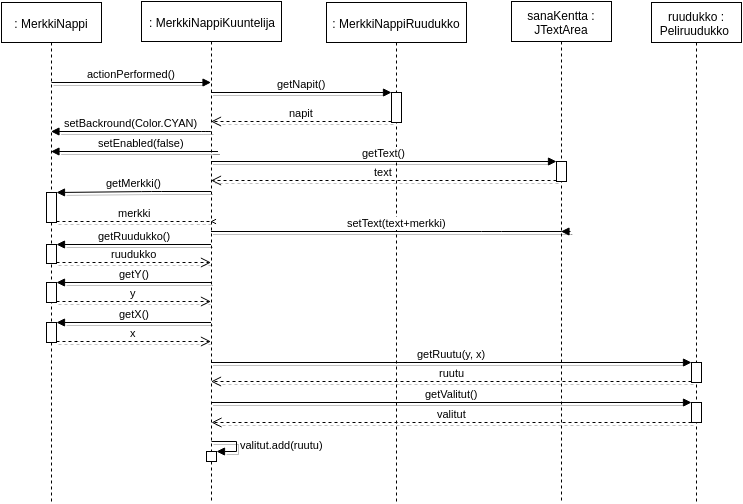
This is dokumentaatio/Sekvenssikaavio-merkkinappi.png from BikkuMyy/Sanaruutu, a draw.io export, as it was before one commit. Source tidied: cells renumbered, new cells last; positions are measured from the earlier drawing's top-left corner, leaving out a move shared by most shapes.
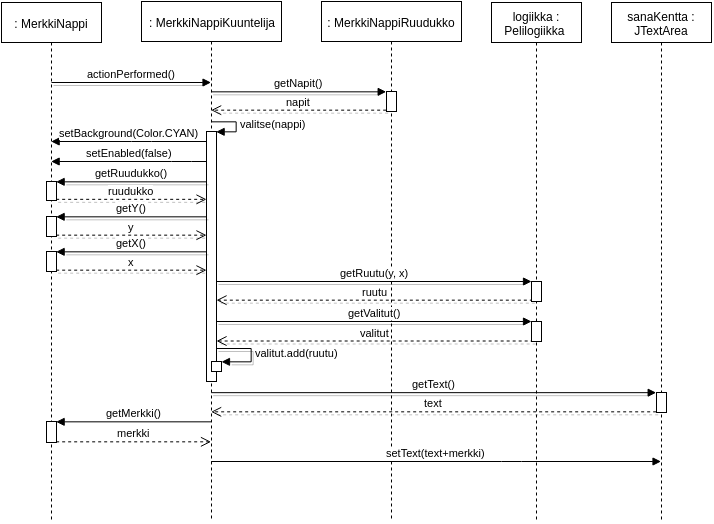
After the commit.

The edit, as a diff of the source:
```diff
@@ -3,45 +3,56 @@
     <mxCell id="0" />
     <mxCell id="1" parent="0" />
     <mxCell id="2" value=": MerkkiNappi" style="shape=umlLifeline;perimeter=lifelinePerimeter;whiteSpace=wrap;html=1;outlineConnect=0;fillColor=#FFFFFF;" parent="1" vertex="1">
-      <mxGeometry y="1" width="100" height="500" as="geometry" />
+      <mxGeometry y="1" width="100" height="519" as="geometry" />
     </mxCell>
     <mxCell id="3" value="actionPerformed()" style="html=1;verticalAlign=bottom;endArrow=block;shadow=1;" parent="2" edge="1" target="8">
       <mxGeometry relative="1" as="geometry">
         <mxPoint x="50" y="80" as="sourcePoint" />
       </mxGeometry>
     </mxCell>
-    <mxCell id="4" style="html=1;points=[];perimeter=orthogonalPerimeter;fillColor=#FFFFFF;" parent="2" vertex="1">
-      <mxGeometry x="45" y="190" width="10" height="30" as="geometry" />
-    </mxCell>
     <mxCell id="5" style="html=1;points=[];perimeter=orthogonalPerimeter;fillColor=#FFFFFF;" parent="2" vertex="1">
-      <mxGeometry x="45" y="280" width="10" height="20" as="geometry" />
+      <mxGeometry x="45" y="214" width="10" height="20" as="geometry" />
     </mxCell>
     <mxCell id="6" style="html=1;points=[];perimeter=orthogonalPerimeter;fillColor=#FFFFFF;" parent="2" vertex="1">
-      <mxGeometry x="45" y="320" width="10" height="20" as="geometry" />
+      <mxGeometry x="45" y="249" width="10" height="20" as="geometry" />
     </mxCell>
     <mxCell id="7" style="html=1;points=[];perimeter=orthogonalPerimeter;fillColor=#FFFFFF;" parent="2" vertex="1">
-      <mxGeometry x="45" y="242" width="10" height="19" as="geometry" />
+      <mxGeometry x="45" y="179" width="10" height="19" as="geometry" />
     </mxCell>
+    <mxCell id="37" style="html=1;points=[];perimeter=orthogonalPerimeter;" parent="2" vertex="1">
+      <mxGeometry x="45" y="419" width="10" height="21" as="geometry" />
+    </mxCell>
     <mxCell id="8" value=": MerkkiNappiKuuntelija" style="shape=umlLifeline;perimeter=lifelinePerimeter;whiteSpace=wrap;html=1;outlineConnect=0;fillColor=#FFFFFF;" parent="1" vertex="1">
-      <mxGeometry x="140" width="140" height="500" as="geometry" />
+      <mxGeometry x="140" width="140" height="520" as="geometry" />
     </mxCell>
+    <mxCell id="10" value="valitut.add(ruutu)" style="edgeStyle=orthogonalEdgeStyle;html=1;align=left;spacingLeft=2;endArrow=block;rounded=0;shadow=1;" parent="8" edge="1" source="38" target="9">
+      <mxGeometry relative="1" as="geometry">
+        <Array as="points">
+          <mxPoint x="110" y="347" />
+          <mxPoint x="110" y="360" />
+        </Array>
+      </mxGeometry>
+    </mxCell>
+    <mxCell id="38" style="html=1;points=[];perimeter=orthogonalPerimeter;" parent="8" vertex="1">
+      <mxGeometry x="65" y="130" width="10" height="250" as="geometry" />
+    </mxCell>
+    <mxCell id="39" value="valitse(nappi)" style="edgeStyle=orthogonalEdgeStyle;html=1;align=left;spacingLeft=2;endArrow=block;rounded=0;entryX=1;entryY=0;" parent="8" edge="1" target="38">
+      <mxGeometry relative="1" as="geometry">
+        <mxPoint x="70" y="120" as="sourcePoint" />
+        <Array as="points">
+          <mxPoint x="95" y="120" />
+          <mxPoint x="95" y="130" />
+        </Array>
+      </mxGeometry>
+    </mxCell>
     <mxCell id="9" style="html=1;points=[];perimeter=orthogonalPerimeter;fillColor=#FFFFFF;" parent="8" vertex="1">
-      <mxGeometry x="65" y="450" width="10" height="10" as="geometry" />
+      <mxGeometry x="70" y="360" width="10" height="10" as="geometry" />
     </mxCell>
-    <mxCell id="10" value="valitut.add(ruutu)" style="edgeStyle=orthogonalEdgeStyle;html=1;align=left;spacingLeft=2;endArrow=block;rounded=0;entryX=1;entryY=0;shadow=1;" parent="8" edge="1" target="9">
-      <mxGeometry relative="1" as="geometry">
-        <mxPoint x="70" y="440" as="sourcePoint" />
-        <Array as="points">
-          <mxPoint x="95" y="440" />
-          <mxPoint x="95" y="450" />
-        </Array>
-      </mxGeometry>
-    </mxCell>
     <mxCell id="11" value=": MerkkiNappiRuudukko" style="shape=umlLifeline;perimeter=lifelinePerimeter;whiteSpace=wrap;html=1;fillColor=#FFFFFF;" parent="1" vertex="1">
-      <mxGeometry x="325" y="1" width="140" height="499" as="geometry" />
+      <mxGeometry x="320" width="140" height="520" as="geometry" />
     </mxCell>
     <mxCell id="12" style="html=1;points=[];perimeter=orthogonalPerimeter;fillColor=#FFFFFF;" parent="11" vertex="1">
-      <mxGeometry x="65" y="90" width="10" height="30" as="geometry" />
+      <mxGeometry x="65" y="90" width="10" height="20" as="geometry" />
     </mxCell>
     <mxCell id="13" value="getNapit()" style="html=1;verticalAlign=bottom;endArrow=block;entryX=0;entryY=0;shadow=1;" parent="1" edge="1" source="8" target="12">
       <mxGeometry relative="1" as="geometry" />
@@ -49,18 +60,11 @@
     <mxCell id="14" value="napit" style="html=1;verticalAlign=bottom;endArrow=open;dashed=1;endSize=8;exitX=0;exitY=0.95;shadow=1;" parent="1" edge="1" source="12" target="8">
       <mxGeometry relative="1" as="geometry" />
     </mxCell>
-    <mxCell id="15" value="setEnabled(false)" style="html=1;verticalAlign=bottom;endArrow=block;shadow=1;" parent="1" edge="1" source="8" target="2">
-      <mxGeometry relative="1" as="geometry">
-        <Array as="points">
-          <mxPoint x="220" y="150" />
-        </Array>
-      </mxGeometry>
-    </mxCell>
     <mxCell id="16" value="sanaKentta : JTextArea" style="shape=umlLifeline;perimeter=lifelinePerimeter;whiteSpace=wrap;html=1;outlineConnect=0;fillColor=#FFFFFF;" parent="1" vertex="1">
-      <mxGeometry x="510" width="100" height="499" as="geometry" />
+      <mxGeometry x="610" y="1" width="100" height="519" as="geometry" />
     </mxCell>
     <mxCell id="17" style="html=1;points=[];perimeter=orthogonalPerimeter;fillColor=#FFFFFF;" parent="16" vertex="1">
-      <mxGeometry x="45" y="160" width="10" height="20" as="geometry" />
+      <mxGeometry x="45" y="390" width="10" height="20" as="geometry" />
     </mxCell>
     <mxCell id="18" value="getText()" style="html=1;verticalAlign=bottom;endArrow=block;entryX=0;entryY=0;shadow=1;" parent="1" edge="1" source="8" target="17">
       <mxGeometry relative="1" as="geometry" />
@@ -68,83 +72,71 @@
     <mxCell id="19" value="text" style="html=1;verticalAlign=bottom;endArrow=open;dashed=1;endSize=8;exitX=0;exitY=0.95;shadow=1;" parent="1" edge="1" source="17" target="8">
       <mxGeometry relative="1" as="geometry" />
     </mxCell>
-    <mxCell id="20" value="getMerkki()" style="html=1;verticalAlign=bottom;endArrow=block;shadow=1;" parent="1" edge="1" source="8" target="4">
-      <mxGeometry relative="1" as="geometry">
-        <Array as="points">
-          <mxPoint x="150" y="190" />
-        </Array>
-      </mxGeometry>
-    </mxCell>
-    <mxCell id="21" value="merkki" style="html=1;verticalAlign=bottom;endArrow=open;dashed=1;endSize=8;shadow=1;" parent="1" edge="1" source="4" target="8">
-      <mxGeometry relative="1" as="geometry">
-        <Array as="points">
-          <mxPoint x="200" y="220" />
-          <mxPoint x="210" y="220" />
-        </Array>
-      </mxGeometry>
-    </mxCell>
-    <mxCell id="22" value="setBackround(Color.CYAN)" style="html=1;verticalAlign=bottom;endArrow=block;shadow=1;" parent="1" edge="1" source="8" target="2">
-      <mxGeometry relative="1" as="geometry">
-        <Array as="points">
-          <mxPoint x="210" y="130" />
-        </Array>
-      </mxGeometry>
-    </mxCell>
-    <mxCell id="23" value="ruudukko : Peliruudukko&amp;nbsp;" style="shape=umlLifeline;perimeter=lifelinePerimeter;whiteSpace=wrap;html=1;fillColor=#FFFFFF;" parent="1" vertex="1">
-      <mxGeometry x="650" y="1" width="90" height="499" as="geometry" />
-    </mxCell>
-    <mxCell id="24" style="html=1;points=[];perimeter=orthogonalPerimeter;fillColor=#FFFFFF;" parent="23" vertex="1">
-      <mxGeometry x="40" y="400" width="10" height="20" as="geometry" />
-    </mxCell>
-    <mxCell id="25" style="html=1;points=[];perimeter=orthogonalPerimeter;fillColor=#FFFFFF;" parent="23" vertex="1">
-      <mxGeometry x="40" y="360" width="10" height="20" as="geometry" />
-    </mxCell>
-    <mxCell id="26" value="getRuudukko()" style="html=1;verticalAlign=bottom;endArrow=block;entryX=1;entryY=0;shadow=1;" parent="1" edge="1" source="8" target="7">
+    <mxCell id="26" value="getRuudukko()" style="html=1;verticalAlign=bottom;endArrow=block;entryX=1;entryY=0;shadow=1;" parent="1" edge="1" source="38" target="7">
       <mxGeometry relative="1" as="geometry" />
     </mxCell>
-    <mxCell id="27" value="ruudukko" style="html=1;verticalAlign=bottom;endArrow=open;dashed=1;endSize=8;exitX=1;exitY=0.95;shadow=1;" parent="1" edge="1" source="7" target="8">
+    <mxCell id="27" value="ruudukko" style="html=1;verticalAlign=bottom;endArrow=open;dashed=1;endSize=8;exitX=1;exitY=0.95;shadow=1;" parent="1" edge="1" source="7" target="38">
       <mxGeometry relative="1" as="geometry" />
     </mxCell>
-    <mxCell id="28" value="getY()" style="html=1;verticalAlign=bottom;endArrow=block;entryX=1;entryY=0;shadow=1;" parent="1" edge="1" source="8" target="5">
+    <mxCell id="28" value="getY()" style="html=1;verticalAlign=bottom;endArrow=block;entryX=1;entryY=0;shadow=1;" parent="1" edge="1" source="38" target="5">
       <mxGeometry relative="1" as="geometry" />
     </mxCell>
-    <mxCell id="29" value="y" style="html=1;verticalAlign=bottom;endArrow=open;dashed=1;endSize=8;exitX=1;exitY=0.95;shadow=1;" parent="1" edge="1" source="5" target="8">
+    <mxCell id="29" value="y" style="html=1;verticalAlign=bottom;endArrow=open;dashed=1;endSize=8;exitX=1;exitY=0.95;shadow=1;" parent="1" edge="1" source="5" target="38">
       <mxGeometry relative="1" as="geometry" />
     </mxCell>
-    <mxCell id="30" value="getX()" style="html=1;verticalAlign=bottom;endArrow=block;entryX=1;entryY=0;shadow=1;" parent="1" edge="1" source="8" target="6">
+    <mxCell id="30" value="getX()" style="html=1;verticalAlign=bottom;endArrow=block;entryX=1;entryY=0;shadow=1;" parent="1" edge="1" source="38" target="6">
       <mxGeometry relative="1" as="geometry" />
     </mxCell>
-    <mxCell id="31" value="x" style="html=1;verticalAlign=bottom;endArrow=open;dashed=1;endSize=8;exitX=1;exitY=0.95;shadow=1;" parent="1" edge="1" source="6" target="8">
+    <mxCell id="31" value="x" style="html=1;verticalAlign=bottom;endArrow=open;dashed=1;endSize=8;exitX=1;exitY=0.95;shadow=1;" parent="1" edge="1" source="6" target="38">
       <mxGeometry relative="1" as="geometry" />
     </mxCell>
-    <mxCell id="32" value="setText(text+merkki)" style="html=1;verticalAlign=bottom;endArrow=block;shadow=1;" parent="1" edge="1" source="8" target="16">
-      <mxGeometry relative="1" as="geometry">
-        <Array as="points">
-          <mxPoint x="490" y="230" />
-          <mxPoint x="570" y="230" />
-        </Array>
-      </mxGeometry>
-    </mxCell>
-    <mxCell id="33" value="getValitut()" style="html=1;verticalAlign=bottom;endArrow=block;shadow=1;" parent="1" edge="1" source="8" target="24">
+    <mxCell id="33" value="getValitut()" style="html=1;verticalAlign=bottom;endArrow=block;shadow=1;" parent="1" edge="1" source="38" target="24">
       <mxGeometry relative="1" as="geometry" />
     </mxCell>
-    <mxCell id="34" value="valitut" style="html=1;verticalAlign=bottom;endArrow=open;dashed=1;endSize=8;shadow=1;" parent="1" edge="1" source="24">
-      <mxGeometry relative="1" as="geometry">
-        <mxPoint x="210" y="421" as="targetPoint" />
-        <Array as="points">
-          <mxPoint x="660" y="421" />
-        </Array>
-      </mxGeometry>
+    <mxCell id="34" value="valitut" style="html=1;verticalAlign=bottom;endArrow=open;dashed=1;endSize=8;shadow=1;exitX=0.243;exitY=0.993;exitPerimeter=0;" parent="1" edge="1" source="24" target="38">
+      <mxGeometry relative="1" as="geometry" />
     </mxCell>
-    <mxCell id="35" value="ruutu" style="html=1;verticalAlign=bottom;endArrow=open;dashed=1;endSize=8;shadow=1;" parent="1" edge="1" source="25" target="8">
-      <mxGeometry relative="1" as="geometry">
-        <Array as="points">
-          <mxPoint x="670" y="380" />
-        </Array>
-      </mxGeometry>
+    <mxCell id="35" value="ruutu" style="html=1;verticalAlign=bottom;endArrow=open;dashed=1;endSize=8;shadow=1;exitX=0.129;exitY=0.95;exitPerimeter=0;" parent="1" edge="1" source="25" target="38">
+      <mxGeometry relative="1" as="geometry" />
     </mxCell>
-    <mxCell id="36" value="getRuutu(y, x)" style="html=1;verticalAlign=bottom;endArrow=block;shadow=1;" parent="1" edge="1" source="8" target="25">
+    <mxCell id="36" value="getRuutu(y, x)" style="html=1;verticalAlign=bottom;endArrow=block;shadow=1;" parent="1" edge="1" source="38" target="25">
       <mxGeometry relative="1" as="geometry" />
     </mxCell>
+    <mxCell id="40" value="setBackground(Color.CYAN)" style="html=1;verticalAlign=bottom;endArrow=block;" parent="1" edge="1" source="38" target="2">
+      <mxGeometry relative="1" as="geometry">
+        <Array as="points">
+          <mxPoint x="140" y="140" />
+        </Array>
+      </mxGeometry>
+    </mxCell>
+    <mxCell id="15" value="setEnabled(false)" style="html=1;verticalAlign=bottom;endArrow=block;" parent="1" edge="1" source="38" target="2">
+      <mxGeometry relative="1" as="geometry">
+        <Array as="points">
+          <mxPoint x="180" y="160" />
+        </Array>
+      </mxGeometry>
+    </mxCell>
+    <mxCell id="20" value="getMerkki()" style="html=1;verticalAlign=bottom;endArrow=block;entryX=1;entryY=0;" parent="1" edge="1" source="8" target="37">
+      <mxGeometry relative="1" as="geometry" />
+    </mxCell>
+    <mxCell id="21" value="merkki" style="html=1;verticalAlign=bottom;endArrow=open;dashed=1;endSize=8;exitX=1;exitY=0.95;" parent="1" edge="1" source="37" target="8">
+      <mxGeometry relative="1" as="geometry" />
+    </mxCell>
+    <mxCell id="32" value="setText(text+merkki)" style="html=1;verticalAlign=bottom;endArrow=block;" parent="1" edge="1" source="8" target="16">
+      <mxGeometry relative="1" as="geometry">
+        <Array as="points">
+          <mxPoint x="510" y="460" />
+        </Array>
+      </mxGeometry>
+    </mxCell>
+    <mxCell id="23" value="logiikka : Pelilogiikka&amp;nbsp;" style="shape=umlLifeline;perimeter=lifelinePerimeter;whiteSpace=wrap;html=1;fillColor=#FFFFFF;" parent="1" vertex="1">
+      <mxGeometry x="490" y="1" width="90" height="519" as="geometry" />
+    </mxCell>
+    <mxCell id="24" style="html=1;points=[];perimeter=orthogonalPerimeter;fillColor=#FFFFFF;" parent="23" vertex="1">
+      <mxGeometry x="40" y="319" width="10" height="20" as="geometry" />
+    </mxCell>
+    <mxCell id="25" style="html=1;points=[];perimeter=orthogonalPerimeter;fillColor=#FFFFFF;" parent="23" vertex="1">
+      <mxGeometry x="40" y="279" width="10" height="20" as="geometry" />
+    </mxCell>
   </root>
 </mxGraphModel>
```
